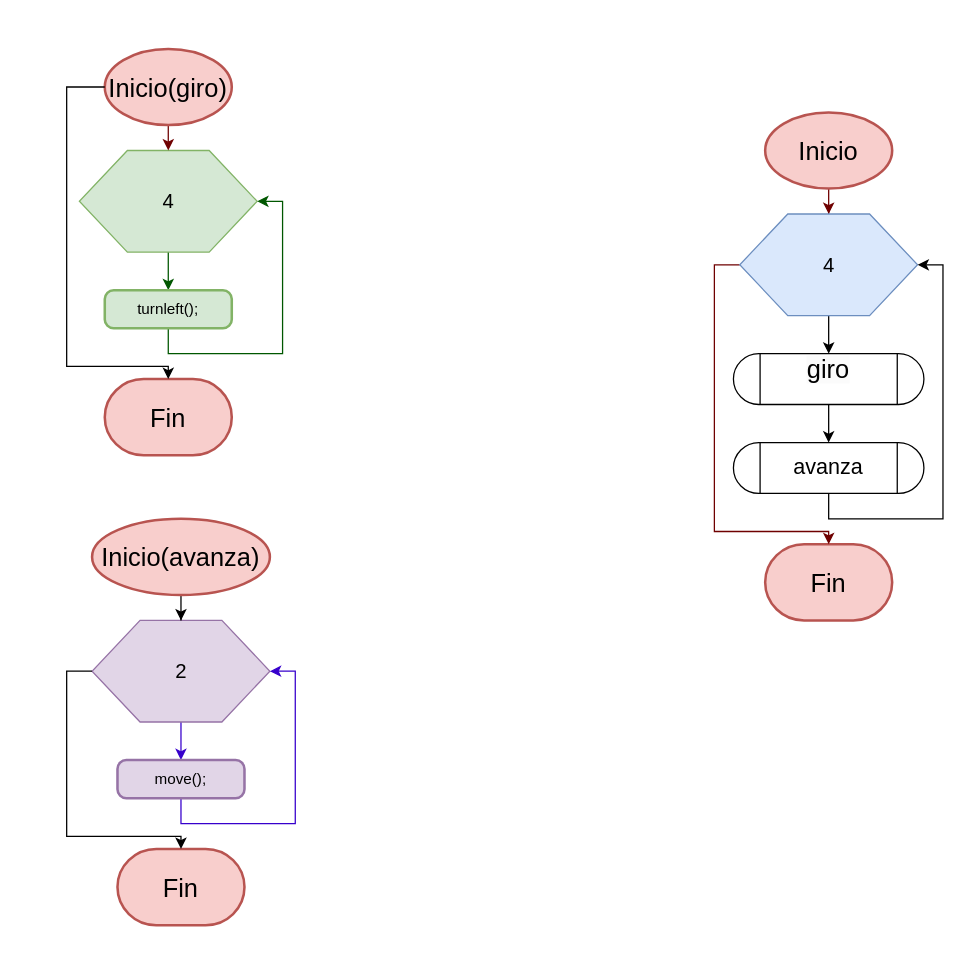
The draw.io diagram GirosF.drawio in PedroJOH/Ejercicios_karel, before the edit. Source tidied: cells renumbered, new cells numbered last; positions are measured from the earlier drawing's top-left corner, leaving out a move shared by most shapes. Both pictures are drawn from the tidied source at 127%, with x=0, y=0 at pixel (66, 48).
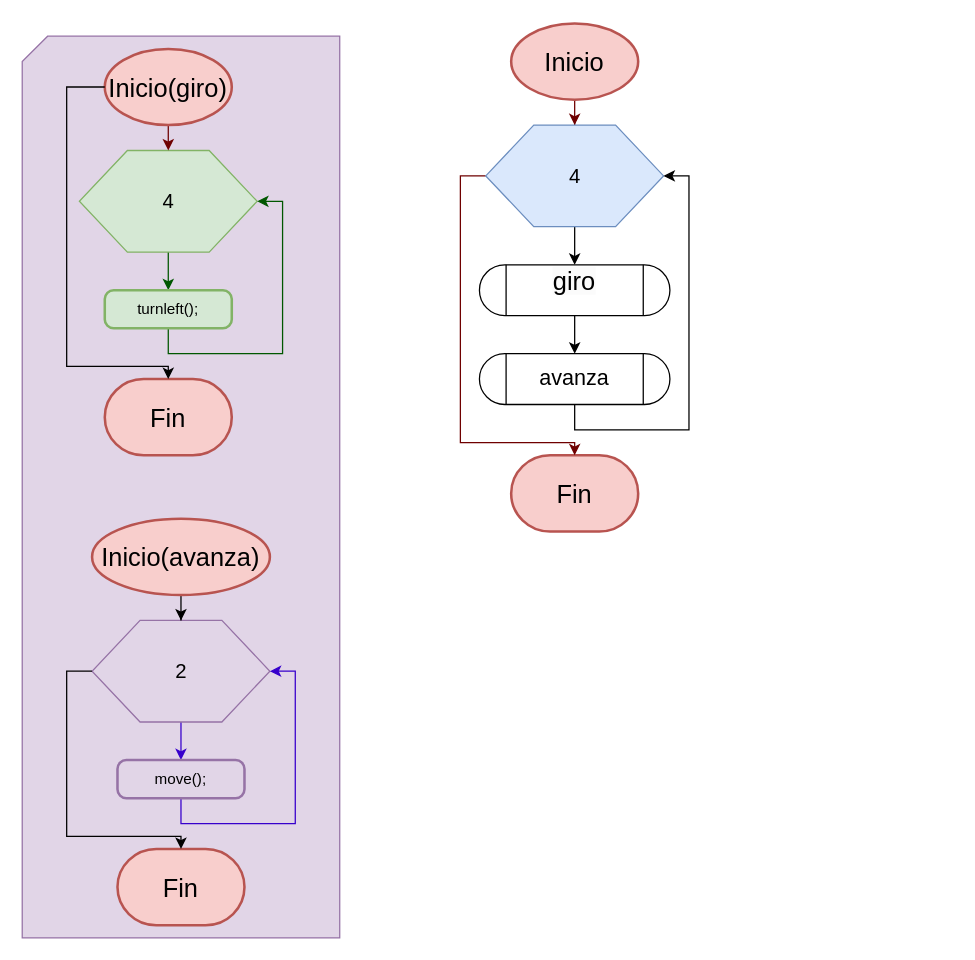
Above is the later version.

What changed in the source:
```diff
@@
+    <mxCell id="28" style="verticalLabelPosition=bottom;verticalAlign=top;html=1;shape=card;whiteSpace=wrap;size=20;arcSize=12;fillColor=#e1d5e7;strokeColor=#9673a6;" parent="1" vertex="1">
+      <mxGeometry x="-35" y="-10" width="250" height="710" as="geometry" />
+    </mxCell>
@@
     <mxCell id="3" value="&lt;font style=&quot;font-size: 20px;&quot;&gt;Inicio&lt;/font&gt;" style="strokeWidth=2;html=1;shape=mxgraph.flowchart.start_1;whiteSpace=wrap;fillColor=#f8cecc;strokeColor=#b85450;" parent="1" vertex="1">
-      <mxGeometry x="550" y="50" width="100" height="60" as="geometry" />
+      <mxGeometry x="350" y="-20" width="100" height="60" as="geometry" />
     </mxCell>
     <mxCell id="4" value="&lt;font style=&quot;font-size: 20px;&quot;&gt;Fin&lt;/font&gt;" style="strokeWidth=2;html=1;shape=mxgraph.flowchart.terminator;whiteSpace=wrap;fillColor=#f8cecc;strokeColor=#b85450;" parent="1" vertex="1">
-      <mxGeometry x="550" y="390" width="100" height="60" as="geometry" />
+      <mxGeometry x="350" y="320" width="100" height="60" as="geometry" />
     </mxCell>
     <mxCell id="5" style="edgeStyle=orthogonalEdgeStyle;rounded=0;jettySize=auto;html=1;fillColor=#a20025;strokeColor=#6F0000;" parent="1" edge="1" source="7" target="4">
       <mxGeometry relative="1" as="geometry">
         <Array as="points">
-          <mxPoint x="510" y="170" />
-          <mxPoint x="510" y="380" />
-          <mxPoint x="600" y="380" />
+          <mxPoint x="310" y="100" />
+          <mxPoint x="310" y="310" />
+          <mxPoint x="400" y="310" />
         </Array>
       </mxGeometry>
     </mxCell>
@@
     <mxCell id="7" value="&lt;font style=&quot;font-size: 16px;&quot;&gt;4&lt;/font&gt;" style="verticalLabelPosition=middle;verticalAlign=middle;html=1;shape=hexagon;perimeter=hexagonPerimeter2;arcSize=6;size=0.27;labelPosition=center;align=center;fillColor=#dae8fc;strokeColor=#6c8ebf;" parent="1" vertex="1">
-      <mxGeometry x="530" y="130" width="140" height="80" as="geometry" />
+      <mxGeometry x="330" y="60" width="140" height="80" as="geometry" />
     </mxCell>
@@
     <mxCell id="25" value="&#10;&lt;span style=&quot;color: rgb(0, 0, 0); font-family: Helvetica; font-size: 20px; font-style: normal; font-variant-ligatures: normal; font-variant-caps: normal; font-weight: 400; letter-spacing: normal; orphans: 2; text-align: center; text-indent: 0px; text-transform: none; widows: 2; word-spacing: 0px; -webkit-text-stroke-width: 0px; background-color: rgb(251, 251, 251); text-decoration-thickness: initial; text-decoration-style: initial; text-decoration-color: initial; float: none; display: inline !important;&quot;&gt;giro&lt;/span&gt;&#10;&#10;" style="verticalLabelPosition=middle;verticalAlign=middle;html=1;shape=process;whiteSpace=wrap;rounded=1;size=0.14;arcSize=50;labelPosition=center;align=center;" parent="1" vertex="1">
-      <mxGeometry x="525" y="240" width="150" height="40" as="geometry" />
+      <mxGeometry x="325" y="170" width="150" height="40" as="geometry" />
     </mxCell>
     <mxCell id="26" style="edgeStyle=orthogonalEdgeStyle;rounded=0;jettySize=auto;html=1;exitX=0.5;exitY=1;exitDx=0;exitDy=0;entryX=1;entryY=0.5;entryDx=0;entryDy=0;" parent="1" edge="1" source="27" target="7">
       <mxGeometry relative="1" as="geometry">
         <Array as="points">
-          <mxPoint x="600" y="370" />
-          <mxPoint x="690" y="370" />
-          <mxPoint x="690" y="170" />
+          <mxPoint x="400" y="300" />
+          <mxPoint x="490" y="300" />
+          <mxPoint x="490" y="100" />
         </Array>
       </mxGeometry>
     </mxCell>
     <mxCell id="27" value="&lt;font style=&quot;font-size: 17px;&quot;&gt;avanza&lt;/font&gt;" style="verticalLabelPosition=middle;verticalAlign=middle;html=1;shape=process;whiteSpace=wrap;rounded=1;size=0.14;arcSize=50;labelPosition=center;align=center;" parent="1" vertex="1">
-      <mxGeometry x="525" y="310" width="150" height="40" as="geometry" />
+      <mxGeometry x="325" y="240" width="150" height="40" as="geometry" />
     </mxCell>
```
